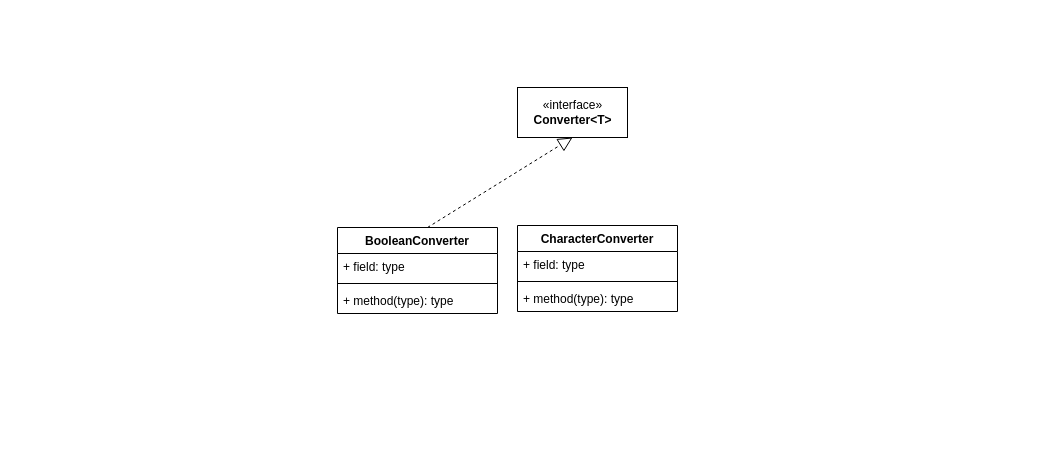
Earlier version of the draw.io diagram page "converters" (3 of 3) of cli.drawio (tadsimons/draw). Source tidied: cells renumbered, new cells numbered last; positions are measured from the earlier drawing's top-left corner, leaving out a move shared by most shapes. Both pictures are drawn from the tidied source at 100%, with x=0, y=0 at pixel (337, 87).
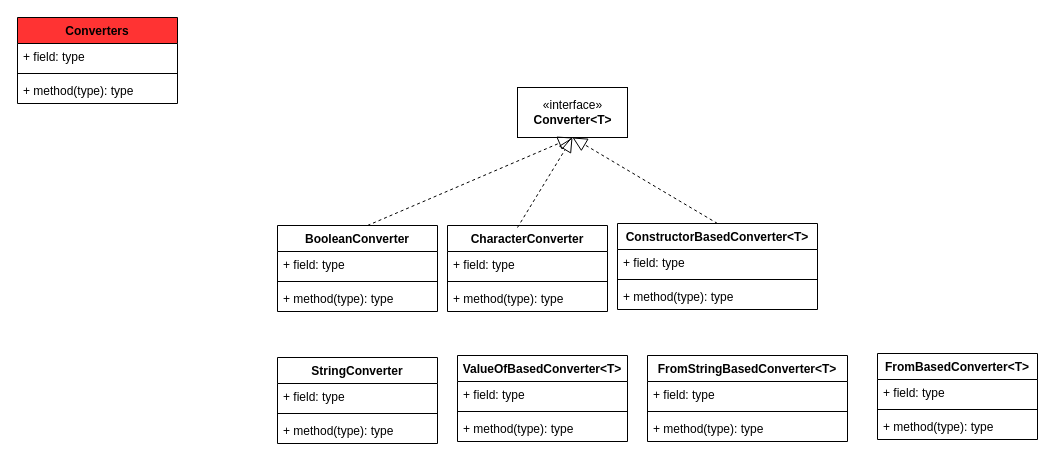
The same page after the edit.

Unchanged cells that the change refers to:
```xml
<mxCell id="2" value="«interface»&lt;br&gt;&lt;b&gt;Converter&amp;lt;T&amp;gt;&lt;/b&gt;" style="html=1;fillColor=#FFFFFF;" parent="1" vertex="1">
  <mxGeometry x="180" width="110" height="50" as="geometry" />
</mxCell>
```

Diff of the diagram source:
```diff
@@
     <mxCell id="3" value="BooleanConverter" style="swimlane;fontStyle=1;align=center;verticalAlign=top;horizontal=1;startSize=26;fillColor=#FFFFFF;" parent="1" vertex="1">
-      <mxGeometry y="140" width="160" height="86" as="geometry" />
+      <mxGeometry x="-60" y="138" width="160" height="86" as="geometry" />
     </mxCell>
@@
     <mxCell id="8" value="CharacterConverter" style="swimlane;fontStyle=1;align=center;verticalAlign=top;horizontal=1;startSize=26;fillColor=#FFFFFF;" parent="1" vertex="1">
-      <mxGeometry x="180" y="138" width="160" height="86" as="geometry" />
+      <mxGeometry x="110" y="138" width="160" height="86" as="geometry" />
     </mxCell>
+    <mxCell id="12" style="endArrow=block;dashed=1;endFill=0;endSize=12;html=1;entryX=0.5;entryY=1;entryDx=0;entryDy=0;" parent="8" edge="1" target="2">
+      <mxGeometry relative="1" as="geometry">
+        <mxPoint x="70" y="2" as="sourcePoint" />
+      </mxGeometry>
+    </mxCell>
@@
+    <mxCell id="13" value="Converters" style="swimlane;fontStyle=1;align=center;verticalAlign=top;horizontal=1;startSize=26;fillColor=#FF3333;" parent="1" vertex="1">
+      <mxGeometry x="-320" y="-70" width="160" height="86" as="geometry" />
+    </mxCell>
+    <mxCell id="14" value="+ field: type" style="text;strokeColor=none;fillColor=none;align=left;verticalAlign=top;spacingLeft=4;spacingRight=4;overflow=hidden;" parent="13" vertex="1">
+      <mxGeometry y="26" width="160" height="26" as="geometry" />
+    </mxCell>
+    <mxCell id="15" style="line;strokeWidth=1;fillColor=none;align=left;verticalAlign=middle;spacingTop=-1;spacingLeft=3;spacingRight=3;labelPosition=right;" parent="13" vertex="1">
+      <mxGeometry y="52" width="160" height="8" as="geometry" />
+    </mxCell>
+    <mxCell id="16" value="+ method(type): type" style="text;strokeColor=none;fillColor=none;align=left;verticalAlign=top;spacingLeft=4;spacingRight=4;overflow=hidden;" parent="13" vertex="1">
+      <mxGeometry y="60" width="160" height="26" as="geometry" />
+    </mxCell>
+    <mxCell id="17" value="ConstructorBasedConverter&lt;T&gt;" style="swimlane;fontStyle=1;align=center;verticalAlign=top;horizontal=1;startSize=26;fillColor=#FFFFFF;" parent="1" vertex="1">
+      <mxGeometry x="280" y="136" width="200" height="86" as="geometry" />
+    </mxCell>
+    <mxCell id="18" value="+ field: type" style="text;strokeColor=none;fillColor=none;align=left;verticalAlign=top;spacingLeft=4;spacingRight=4;overflow=hidden;" parent="17" vertex="1">
+      <mxGeometry y="26" width="200" height="26" as="geometry" />
+    </mxCell>
+    <mxCell id="19" style="line;strokeWidth=1;fillColor=none;align=left;verticalAlign=middle;spacingTop=-1;spacingLeft=3;spacingRight=3;labelPosition=right;" parent="17" vertex="1">
+      <mxGeometry y="52" width="200" height="8" as="geometry" />
+    </mxCell>
+    <mxCell id="20" value="+ method(type): type" style="text;strokeColor=none;fillColor=none;align=left;verticalAlign=top;spacingLeft=4;spacingRight=4;overflow=hidden;" parent="17" vertex="1">
+      <mxGeometry y="60" width="200" height="26" as="geometry" />
+    </mxCell>
+    <mxCell id="21" style="endArrow=block;dashed=1;endFill=0;endSize=12;html=1;entryX=0.5;entryY=1;entryDx=0;entryDy=0;exitX=0.5;exitY=0;exitDx=0;exitDy=0;" parent="1" edge="1" source="17" target="2">
+      <mxGeometry relative="1" as="geometry" />
+    </mxCell>
+    <mxCell id="22" value="StringConverter" style="swimlane;fontStyle=1;align=center;verticalAlign=top;horizontal=1;startSize=26;fillColor=#FFFFFF;" parent="1" vertex="1">
+      <mxGeometry x="-60" y="270" width="160" height="86" as="geometry" />
+    </mxCell>
+    <mxCell id="23" value="+ field: type" style="text;strokeColor=none;fillColor=none;align=left;verticalAlign=top;spacingLeft=4;spacingRight=4;overflow=hidden;" parent="22" vertex="1">
+      <mxGeometry y="26" width="160" height="26" as="geometry" />
+    </mxCell>
+    <mxCell id="24" style="line;strokeWidth=1;fillColor=none;align=left;verticalAlign=middle;spacingTop=-1;spacingLeft=3;spacingRight=3;labelPosition=right;" parent="22" vertex="1">
+      <mxGeometry y="52" width="160" height="8" as="geometry" />
+    </mxCell>
+    <mxCell id="25" value="+ method(type): type" style="text;strokeColor=none;fillColor=none;align=left;verticalAlign=top;spacingLeft=4;spacingRight=4;overflow=hidden;" parent="22" vertex="1">
+      <mxGeometry y="60" width="160" height="26" as="geometry" />
+    </mxCell>
+    <mxCell id="26" value="ValueOfBasedConverter&lt;T&gt;" style="swimlane;fontStyle=1;align=center;verticalAlign=top;horizontal=1;startSize=26;fillColor=#FFFFFF;" parent="1" vertex="1">
+      <mxGeometry x="120" y="268" width="170" height="86" as="geometry" />
+    </mxCell>
+    <mxCell id="27" value="+ field: type" style="text;strokeColor=none;fillColor=none;align=left;verticalAlign=top;spacingLeft=4;spacingRight=4;overflow=hidden;" parent="26" vertex="1">
+      <mxGeometry y="26" width="170" height="26" as="geometry" />
+    </mxCell>
+    <mxCell id="28" style="line;strokeWidth=1;fillColor=none;align=left;verticalAlign=middle;spacingTop=-1;spacingLeft=3;spacingRight=3;labelPosition=right;" parent="26" vertex="1">
+      <mxGeometry y="52" width="170" height="8" as="geometry" />
+    </mxCell>
+    <mxCell id="29" value="+ method(type): type" style="text;strokeColor=none;fillColor=none;align=left;verticalAlign=top;spacingLeft=4;spacingRight=4;overflow=hidden;" parent="26" vertex="1">
+      <mxGeometry y="60" width="170" height="26" as="geometry" />
+    </mxCell>
+    <mxCell id="30" value="FromStringBasedConverter&lt;T&gt;" style="swimlane;fontStyle=1;align=center;verticalAlign=top;horizontal=1;startSize=26;fillColor=#FFFFFF;" parent="1" vertex="1">
+      <mxGeometry x="310" y="268" width="200" height="86" as="geometry" />
+    </mxCell>
+    <mxCell id="31" value="+ field: type" style="text;strokeColor=none;fillColor=none;align=left;verticalAlign=top;spacingLeft=4;spacingRight=4;overflow=hidden;" parent="30" vertex="1">
+      <mxGeometry y="26" width="200" height="26" as="geometry" />
+    </mxCell>
+    <mxCell id="32" style="line;strokeWidth=1;fillColor=none;align=left;verticalAlign=middle;spacingTop=-1;spacingLeft=3;spacingRight=3;labelPosition=right;" parent="30" vertex="1">
+      <mxGeometry y="52" width="200" height="8" as="geometry" />
+    </mxCell>
+    <mxCell id="33" value="+ method(type): type" style="text;strokeColor=none;fillColor=none;align=left;verticalAlign=top;spacingLeft=4;spacingRight=4;overflow=hidden;" parent="30" vertex="1">
+      <mxGeometry y="60" width="200" height="26" as="geometry" />
+    </mxCell>
+    <mxCell id="34" value="FromBasedConverter&lt;T&gt;" style="swimlane;fontStyle=1;align=center;verticalAlign=top;horizontal=1;startSize=26;fillColor=#FFFFFF;" parent="1" vertex="1">
+      <mxGeometry x="540" y="266" width="160" height="86" as="geometry" />
+    </mxCell>
+    <mxCell id="35" value="+ field: type" style="text;strokeColor=none;fillColor=none;align=left;verticalAlign=top;spacingLeft=4;spacingRight=4;overflow=hidden;" parent="34" vertex="1">
+      <mxGeometry y="26" width="160" height="26" as="geometry" />
+    </mxCell>
+    <mxCell id="36" style="line;strokeWidth=1;fillColor=none;align=left;verticalAlign=middle;spacingTop=-1;spacingLeft=3;spacingRight=3;labelPosition=right;" parent="34" vertex="1">
+      <mxGeometry y="52" width="160" height="8" as="geometry" />
+    </mxCell>
+    <mxCell id="37" value="+ method(type): type" style="text;strokeColor=none;fillColor=none;align=left;verticalAlign=top;spacingLeft=4;spacingRight=4;overflow=hidden;" parent="34" vertex="1">
+      <mxGeometry y="60" width="160" height="26" as="geometry" />
+    </mxCell>
```
